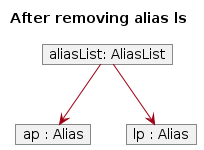
Earlier version of the PlantUML export diagrams/AliasCommandImplementation/AliasState2.png (jolenechong/tp). Its source is kept beside it as diagrams/AliasCommandImplementation/AliasState2.puml. Its diagram source:
```plantuml
@startuml
!include ../style.puml
skinparam ClassBorderColor MODEL_COLOR
skinparam ClassBackgroundColor MODEL_COLOR_T1
skinparam ArrowColor MODEL_COLOR

title After removing alias ls

object "aliasList: AliasList" as list {
}

object "ap : Alias" as addproduct {
}

object "lp : Alias" as listproduct {
}

list --> addproduct
list --> listproduct

@enduml
```
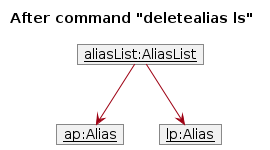
Above is the later version.

Change to the diagram source:
```diff
@@ -4,15 +4,15 @@
 skinparam ClassBackgroundColor MODEL_COLOR_T1
 skinparam ArrowColor MODEL_COLOR
 
-title After removing alias ls
+title After command "deletealias ls"
 
-object "aliasList: AliasList" as list {
+object "<u>aliasList:AliasList</u>" as list {
 }
 
-object "ap : Alias" as addproduct {
+object "<u>ap:Alias</u>" as addproduct {
 }
 
-object "lp : Alias" as listproduct {
+object "<u>lp:Alias</u>" as listproduct {
 }
 
 list --> addproduct
```
